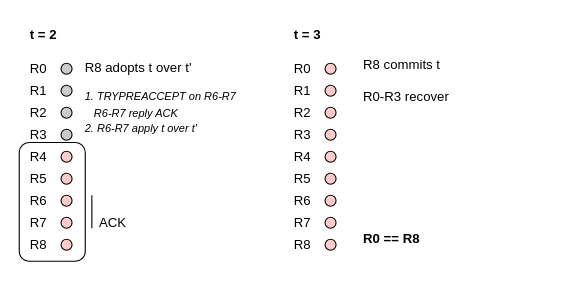
Earlier version of the draw.io diagram content/posts/epaxos-and-decentralized-conflict-resolution/images/epaxos-opt-case1-2.drawio (Qwe1rty/qwe1rty.github.io). Source tidied: cells renumbered, new cells numbered last; positions are measured from the earlier drawing's top-left corner, leaving out a move shared by most shapes. Both pictures are drawn from the tidied source at 110%, with x=0, y=0 at pixel (19, 19).
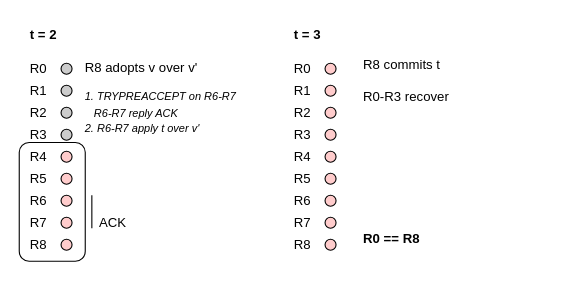
Above is the later version.

Diff of the diagram source:
```diff
@@
-    <mxCell id="11" value="&lt;div&gt;R8 adopts t over t'&lt;/div&gt;&lt;font style=&quot;&quot;&gt;&lt;i style=&quot;&quot;&gt;&lt;font style=&quot;font-size: 10px;&quot;&gt;&lt;div&gt;&lt;font style=&quot;&quot;&gt;&lt;i style=&quot;&quot;&gt;&lt;font style=&quot;font-size: 10px;&quot;&gt;&lt;br&gt;&lt;/font&gt;&lt;/i&gt;&lt;/font&gt;&lt;/div&gt;1. TRY&lt;/font&gt;&lt;span style=&quot;font-size: 10px;&quot;&gt;PREACCEPT on R6-R7&lt;/span&gt;&lt;/i&gt;&lt;/font&gt;&lt;div&gt;&lt;span style=&quot;font-size: 10px;&quot;&gt;&lt;i&gt;&amp;nbsp; &amp;nbsp;R6-R7 reply ACK&lt;/i&gt;&lt;/span&gt;&lt;/div&gt;&lt;div&gt;&lt;span style=&quot;font-size: 10px;&quot;&gt;&lt;i&gt;2.&amp;nbsp;&lt;/i&gt;&lt;/span&gt;&lt;i style=&quot;background-color: transparent; color: light-dark(#000000, var(--ge-light-color, #ffffff)); font-size: 10px;&quot;&gt;R6-R7 apply t over t'&lt;/i&gt;&lt;/div&gt;" style="text;html=1;whiteSpace=wrap;strokeColor=none;fillColor=none;align=left;verticalAlign=top;rounded=0;" parent="1" vertex="1">
+    <mxCell id="11" value="&lt;div&gt;R8 adopts v over v'&lt;/div&gt;&lt;font style=&quot;&quot;&gt;&lt;i style=&quot;&quot;&gt;&lt;font style=&quot;font-size: 10px;&quot;&gt;&lt;div&gt;&lt;font style=&quot;&quot;&gt;&lt;i style=&quot;&quot;&gt;&lt;font style=&quot;font-size: 10px;&quot;&gt;&lt;br&gt;&lt;/font&gt;&lt;/i&gt;&lt;/font&gt;&lt;/div&gt;1. TRY&lt;/font&gt;&lt;span style=&quot;font-size: 10px;&quot;&gt;PREACCEPT on R6-R7&lt;/span&gt;&lt;/i&gt;&lt;/font&gt;&lt;div&gt;&lt;span style=&quot;font-size: 10px;&quot;&gt;&lt;i&gt;&amp;nbsp; &amp;nbsp;R6-R7 reply ACK&lt;/i&gt;&lt;/span&gt;&lt;/div&gt;&lt;div&gt;&lt;span style=&quot;font-size: 10px;&quot;&gt;&lt;i&gt;2.&amp;nbsp;&lt;/i&gt;&lt;/span&gt;&lt;i style=&quot;background-color: transparent; color: light-dark(#000000, var(--ge-light-color, #ffffff)); font-size: 10px;&quot;&gt;R6-R7 apply t over v'&lt;/i&gt;&lt;/div&gt;" style="text;html=1;whiteSpace=wrap;strokeColor=none;fillColor=none;align=left;verticalAlign=top;rounded=0;" parent="1" vertex="1">
       <mxGeometry x="58" y="30" width="170" height="70" as="geometry" />
     </mxCell>
```
